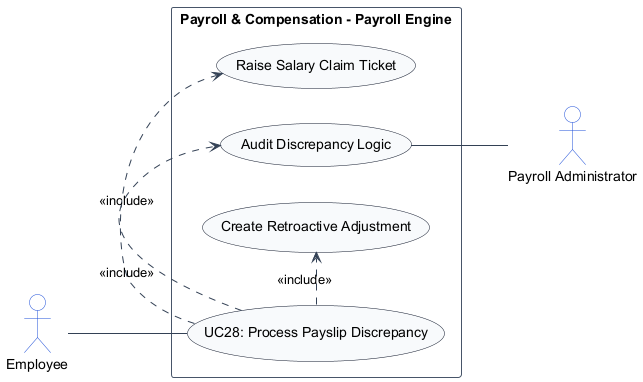
Earlier version of the PlantUML export usecase_images/UC28.png (TamBui1706/HRPlatform).
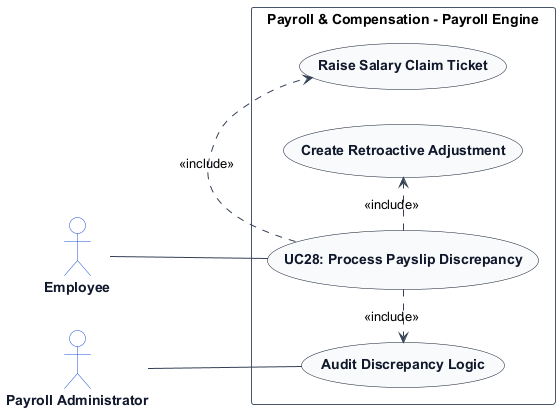
The same diagram one commit later.

Diff of the diagram source:
```diff
@@ -7,8 +7,14 @@
 skinparam ArrowColor #334155
 skinparam ActorBorderColor #1d4ed8
 skinparam ActorBackgroundColor #ffffff
+skinparam ActorFontColor #0f172a
+skinparam ActorFontStyle bold
+
 skinparam UsecaseBorderColor #0f172a
 skinparam UsecaseBackgroundColor #f8fafc
+skinparam UsecaseFontColor #0f172a
+skinparam UsecaseFontStyle bold
+
 skinparam RectangleBorderColor #475569
 skinparam RectangleBackgroundColor #ffffff
 
@@ -22,9 +28,9 @@
     usecase "Create Retroactive Adjustment" as UC_AdjustPayroll
 
     Employee -- UC_Main
+    PayrollAdministrator -- UC_AuditClaim
     UC_Main .> UC_RaiseTicket : <<include>>
     UC_Main .> UC_AuditClaim : <<include>>
     UC_Main .> UC_AdjustPayroll : <<include>>
-    UC_AuditClaim -- PayrollAdministrator
 }
 @enduml
```
